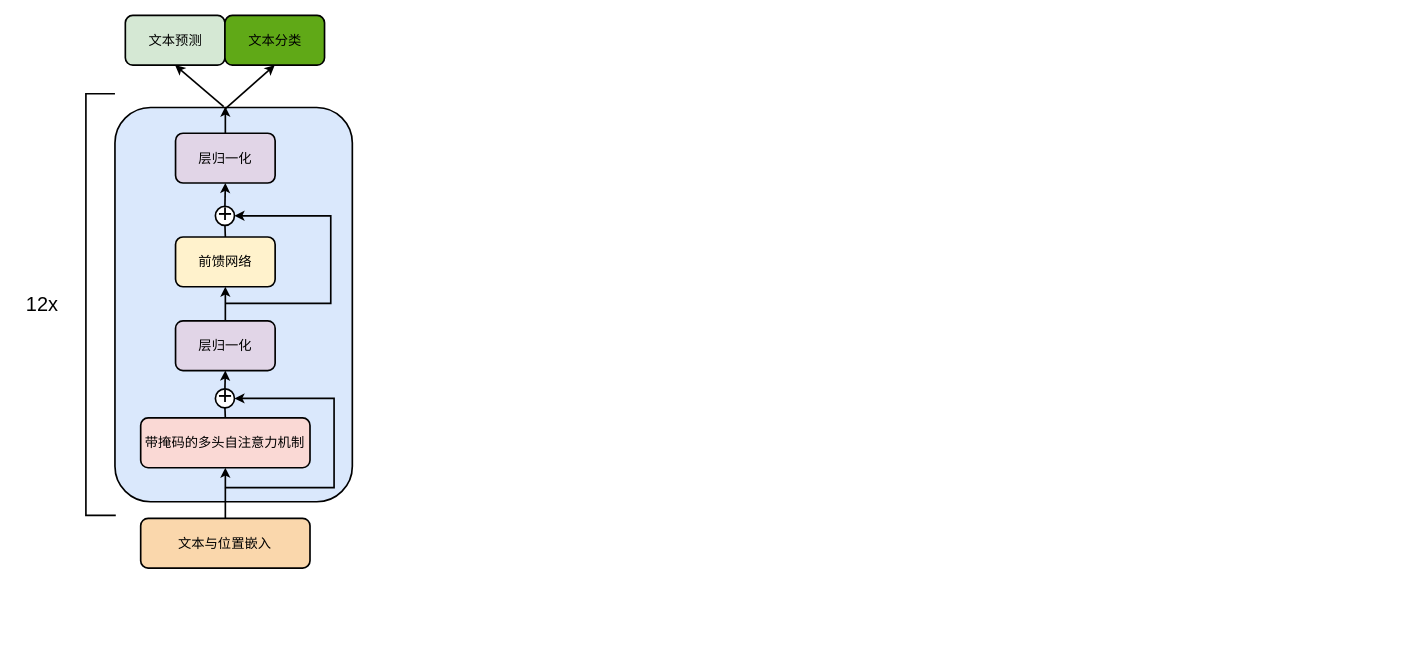
The draw.io diagram diagrams/gpt.drawio in real-jiakai/draw, before the edit. Source tidied: cells renumbered, new cells numbered last; positions are measured from the earlier drawing's top-left corner, leaving out a move shared by most shapes. Both pictures are drawn from the tidied source at 83%, with x=0, y=0 at pixel (14, 15).
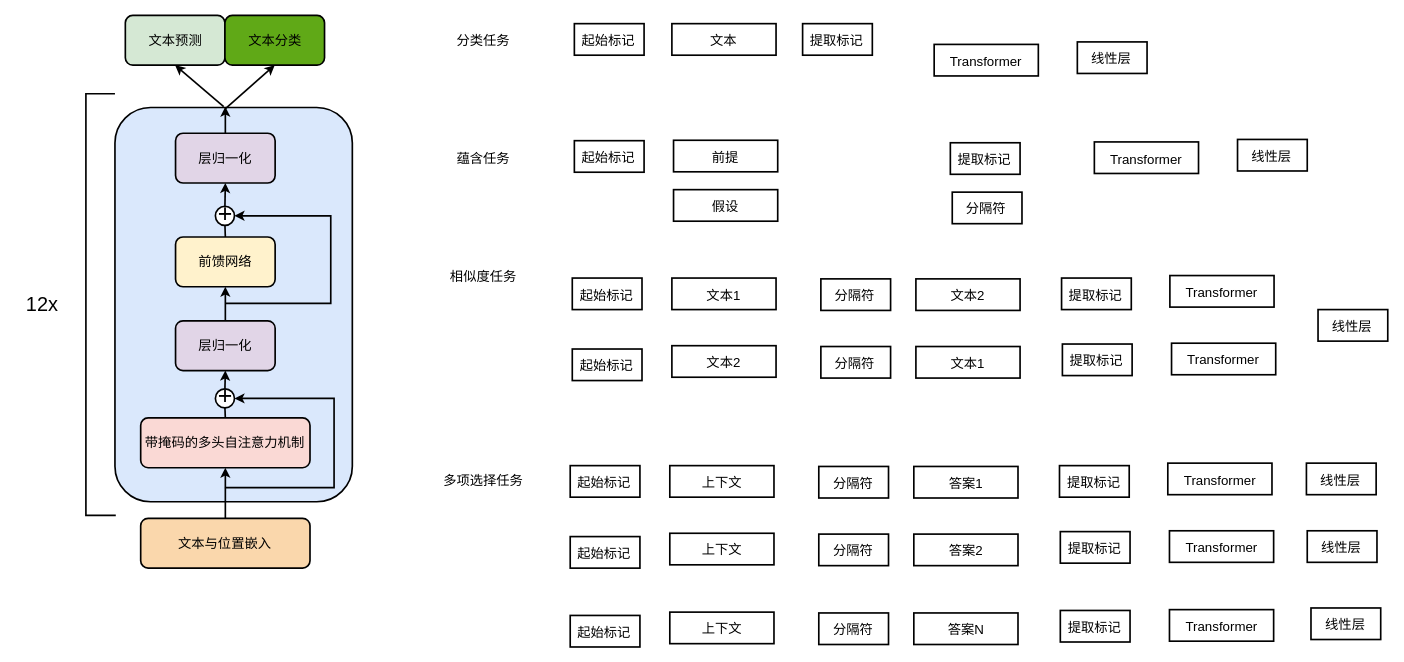
The same page after the edit.

The edit, as a diff of the source:
```diff
@@
+    <mxCell id="34" value="&lt;font style=&quot;font-size: 16px;&quot;&gt;分类任务&lt;/font&gt;" style="text;html=1;align=center;verticalAlign=middle;whiteSpace=wrap;rounded=0;" parent="1" vertex="1">
+      <mxGeometry x="506" y="15" width="118" height="30" as="geometry" />
+    </mxCell>
+    <mxCell id="35" value="&lt;span style=&quot;font-size: 16px;&quot;&gt;蕴含任务&lt;/span&gt;" style="text;html=1;align=center;verticalAlign=middle;whiteSpace=wrap;rounded=0;" parent="1" vertex="1">
+      <mxGeometry x="506" y="157" width="118" height="30" as="geometry" />
+    </mxCell>
+    <mxCell id="36" value="&lt;span style=&quot;font-size: 16px;&quot;&gt;相似度任务&lt;/span&gt;" style="text;html=1;align=center;verticalAlign=middle;whiteSpace=wrap;rounded=0;" parent="1" vertex="1">
+      <mxGeometry x="506" y="299" width="118" height="30" as="geometry" />
+    </mxCell>
+    <mxCell id="37" value="&lt;span style=&quot;font-size: 16px;&quot;&gt;多项选择任务&lt;/span&gt;" style="text;html=1;align=center;verticalAlign=middle;whiteSpace=wrap;rounded=0;" parent="1" vertex="1">
+      <mxGeometry x="506" y="545" width="118" height="30" as="geometry" />
+    </mxCell>
+    <mxCell id="38" style="rounded=0;whiteSpace=wrap;html=1;strokeWidth=2;" parent="1" vertex="1">
+      <mxGeometry x="674.5" y="10" width="84" height="38" as="geometry" />
+    </mxCell>
+    <mxCell id="39" value="&lt;font style=&quot;font-size: 16px;&quot;&gt;起始标记&lt;/font&gt;" style="text;html=1;align=center;verticalAlign=middle;whiteSpace=wrap;rounded=0;" parent="1" vertex="1">
+      <mxGeometry x="670" y="15" width="91" height="30" as="geometry" />
+    </mxCell>
+    <mxCell id="40" style="rounded=0;whiteSpace=wrap;html=1;strokeWidth=2;" parent="1" vertex="1">
+      <mxGeometry x="792" y="10" width="125.5" height="38" as="geometry" />
+    </mxCell>
+    <mxCell id="41" value="&lt;span style=&quot;font-size: 16px;&quot;&gt;文本&lt;/span&gt;" style="text;html=1;align=center;verticalAlign=middle;whiteSpace=wrap;rounded=0;" parent="1" vertex="1">
+      <mxGeometry x="809.2" y="15" width="91" height="30" as="geometry" />
+    </mxCell>
+    <mxCell id="42" style="rounded=0;whiteSpace=wrap;html=1;strokeWidth=2;" parent="1" vertex="1">
+      <mxGeometry x="949.5" y="10" width="84" height="38" as="geometry" />
+    </mxCell>
+    <mxCell id="43" value="&lt;span style=&quot;font-size: 16px;&quot;&gt;提取标记&lt;/span&gt;" style="text;html=1;align=center;verticalAlign=middle;whiteSpace=wrap;rounded=0;" parent="1" vertex="1">
+      <mxGeometry x="945" y="15" width="91" height="30" as="geometry" />
+    </mxCell>
+    <mxCell id="44" style="rounded=0;whiteSpace=wrap;html=1;strokeWidth=2;" parent="1" vertex="1">
+      <mxGeometry x="1108" y="35" width="125.5" height="38" as="geometry" />
+    </mxCell>
+    <mxCell id="45" value="&lt;span style=&quot;font-size: 16px;&quot;&gt;Transformer&lt;/span&gt;" style="text;html=1;align=center;verticalAlign=middle;whiteSpace=wrap;rounded=0;" parent="1" vertex="1">
+      <mxGeometry x="1125.2" y="40" width="91" height="30" as="geometry" />
+    </mxCell>
+    <mxCell id="46" style="rounded=0;whiteSpace=wrap;html=1;strokeWidth=2;" parent="1" vertex="1">
+      <mxGeometry x="1280.5" y="32" width="84" height="38" as="geometry" />
+    </mxCell>
+    <mxCell id="47" value="&lt;span style=&quot;font-size: 16px;&quot;&gt;线性层&lt;/span&gt;" style="text;html=1;align=center;verticalAlign=middle;whiteSpace=wrap;rounded=0;" parent="1" vertex="1">
+      <mxGeometry x="1276" y="37" width="91" height="30" as="geometry" />
+    </mxCell>
+    <mxCell id="48" style="rounded=0;whiteSpace=wrap;html=1;strokeWidth=2;" parent="1" vertex="1">
+      <mxGeometry x="674.5" y="151" width="84" height="38" as="geometry" />
+    </mxCell>
+    <mxCell id="49" value="&lt;font style=&quot;font-size: 16px;&quot;&gt;起始标记&lt;/font&gt;" style="text;html=1;align=center;verticalAlign=middle;whiteSpace=wrap;rounded=0;" parent="1" vertex="1">
+      <mxGeometry x="670" y="156" width="91" height="30" as="geometry" />
+    </mxCell>
+    <mxCell id="50" style="rounded=0;whiteSpace=wrap;html=1;strokeWidth=2;" parent="1" vertex="1">
+      <mxGeometry x="1127.5" y="153.5" width="84" height="38" as="geometry" />
+    </mxCell>
+    <mxCell id="51" value="&lt;span style=&quot;font-size: 16px;&quot;&gt;提取标记&lt;/span&gt;" style="text;html=1;align=center;verticalAlign=middle;whiteSpace=wrap;rounded=0;" parent="1" vertex="1">
+      <mxGeometry x="1123" y="158.5" width="91" height="30" as="geometry" />
+    </mxCell>
+    <mxCell id="52" style="rounded=0;whiteSpace=wrap;html=1;strokeWidth=2;" parent="1" vertex="1">
+      <mxGeometry x="1301" y="152.5" width="125.5" height="38" as="geometry" />
+    </mxCell>
+    <mxCell id="53" value="&lt;span style=&quot;font-size: 16px;&quot;&gt;Transformer&lt;/span&gt;" style="text;html=1;align=center;verticalAlign=middle;whiteSpace=wrap;rounded=0;" parent="1" vertex="1">
+      <mxGeometry x="1318.2" y="157.5" width="91" height="30" as="geometry" />
+    </mxCell>
+    <mxCell id="54" style="rounded=0;whiteSpace=wrap;html=1;strokeWidth=2;" parent="1" vertex="1">
+      <mxGeometry x="1473.5" y="149.5" width="84" height="38" as="geometry" />
+    </mxCell>
+    <mxCell id="55" value="&lt;span style=&quot;font-size: 16px;&quot;&gt;线性层&lt;/span&gt;" style="text;html=1;align=center;verticalAlign=middle;whiteSpace=wrap;rounded=0;" parent="1" vertex="1">
+      <mxGeometry x="1469" y="154.5" width="91" height="30" as="geometry" />
+    </mxCell>
+    <mxCell id="56" style="rounded=0;whiteSpace=wrap;html=1;strokeWidth=2;" parent="1" vertex="1">
+      <mxGeometry x="794" y="150.5" width="125.5" height="38" as="geometry" />
+    </mxCell>
+    <mxCell id="57" value="&lt;span style=&quot;font-size: 16px;&quot;&gt;前提&lt;/span&gt;" style="text;html=1;align=center;verticalAlign=middle;whiteSpace=wrap;rounded=0;" parent="1" vertex="1">
+      <mxGeometry x="811.2" y="155.5" width="91" height="30" as="geometry" />
+    </mxCell>
+    <mxCell id="58" style="rounded=0;whiteSpace=wrap;html=1;strokeWidth=2;" parent="1" vertex="1">
+      <mxGeometry x="794" y="210" width="125.5" height="38" as="geometry" />
+    </mxCell>
+    <mxCell id="59" value="&lt;span style=&quot;font-size: 16px;&quot;&gt;假设&lt;/span&gt;" style="text;html=1;align=center;verticalAlign=middle;whiteSpace=wrap;rounded=0;" parent="1" vertex="1">
+      <mxGeometry x="811.2" y="215" width="91" height="30" as="geometry" />
+    </mxCell>
+    <mxCell id="60" style="rounded=0;whiteSpace=wrap;html=1;strokeWidth=2;" parent="1" vertex="1">
+      <mxGeometry x="1129.8" y="213" width="84" height="38" as="geometry" />
+    </mxCell>
+    <mxCell id="61" value="&lt;span style=&quot;font-size: 16px;&quot;&gt;分隔符&lt;/span&gt;" style="text;html=1;align=center;verticalAlign=middle;whiteSpace=wrap;rounded=0;" parent="1" vertex="1">
+      <mxGeometry x="1125.2" y="218" width="91" height="30" as="geometry" />
+    </mxCell>
+    <mxCell id="62" style="rounded=0;whiteSpace=wrap;html=1;strokeWidth=2;" parent="1" vertex="1">
+      <mxGeometry x="672" y="316.5" width="84" height="38" as="geometry" />
+    </mxCell>
+    <mxCell id="63" value="&lt;font style=&quot;font-size: 16px;&quot;&gt;起始标记&lt;/font&gt;" style="text;html=1;align=center;verticalAlign=middle;whiteSpace=wrap;rounded=0;" parent="1" vertex="1">
+      <mxGeometry x="667.5" y="321.5" width="91" height="30" as="geometry" />
+    </mxCell>
+    <mxCell id="64" style="rounded=0;whiteSpace=wrap;html=1;strokeWidth=2;" parent="1" vertex="1">
+      <mxGeometry x="672" y="402" width="84" height="38" as="geometry" />
+    </mxCell>
+    <mxCell id="65" value="&lt;font style=&quot;font-size: 16px;&quot;&gt;起始标记&lt;/font&gt;" style="text;html=1;align=center;verticalAlign=middle;whiteSpace=wrap;rounded=0;" parent="1" vertex="1">
+      <mxGeometry x="667.5" y="407" width="91" height="30" as="geometry" />
+    </mxCell>
+    <mxCell id="66" style="rounded=0;whiteSpace=wrap;html=1;strokeWidth=2;" parent="1" vertex="1">
+      <mxGeometry x="792" y="316.5" width="125.5" height="38" as="geometry" />
+    </mxCell>
+    <mxCell id="67" value="&lt;span style=&quot;font-size: 16px;&quot;&gt;文本1&lt;/span&gt;" style="text;html=1;align=center;verticalAlign=middle;whiteSpace=wrap;rounded=0;" parent="1" vertex="1">
+      <mxGeometry x="809.2" y="321.5" width="91" height="30" as="geometry" />
+    </mxCell>
+    <mxCell id="68" style="rounded=0;whiteSpace=wrap;html=1;strokeWidth=2;" parent="1" vertex="1">
+      <mxGeometry x="971.5" y="317.5" width="84" height="38" as="geometry" />
+    </mxCell>
+    <mxCell id="69" value="&lt;span style=&quot;font-size: 16px;&quot;&gt;分隔符&lt;/span&gt;" style="text;html=1;align=center;verticalAlign=middle;whiteSpace=wrap;rounded=0;" parent="1" vertex="1">
+      <mxGeometry x="967" y="322.5" width="91" height="30" as="geometry" />
+    </mxCell>
+    <mxCell id="70" style="rounded=0;whiteSpace=wrap;html=1;strokeWidth=2;" parent="1" vertex="1">
+      <mxGeometry x="1086" y="317.5" width="125.5" height="38" as="geometry" />
+    </mxCell>
+    <mxCell id="71" value="&lt;span style=&quot;font-size: 16px;&quot;&gt;文本2&lt;/span&gt;" style="text;html=1;align=center;verticalAlign=middle;whiteSpace=wrap;rounded=0;" parent="1" vertex="1">
+      <mxGeometry x="1103.2" y="322.5" width="91" height="30" as="geometry" />
+    </mxCell>
+    <mxCell id="72" style="rounded=0;whiteSpace=wrap;html=1;strokeWidth=2;" parent="1" vertex="1">
+      <mxGeometry x="792" y="398" width="125.5" height="38" as="geometry" />
+    </mxCell>
+    <mxCell id="73" value="&lt;span style=&quot;font-size: 16px;&quot;&gt;文本2&lt;/span&gt;" style="text;html=1;align=center;verticalAlign=middle;whiteSpace=wrap;rounded=0;" parent="1" vertex="1">
+      <mxGeometry x="809.2" y="403" width="91" height="30" as="geometry" />
+    </mxCell>
+    <mxCell id="74" style="rounded=0;whiteSpace=wrap;html=1;strokeWidth=2;" parent="1" vertex="1">
+      <mxGeometry x="971.5" y="399" width="84" height="38" as="geometry" />
+    </mxCell>
+    <mxCell id="75" value="&lt;span style=&quot;font-size: 16px;&quot;&gt;分隔符&lt;/span&gt;" style="text;html=1;align=center;verticalAlign=middle;whiteSpace=wrap;rounded=0;" parent="1" vertex="1">
+      <mxGeometry x="967" y="404" width="91" height="30" as="geometry" />
+    </mxCell>
+    <mxCell id="76" style="rounded=0;whiteSpace=wrap;html=1;strokeWidth=2;" parent="1" vertex="1">
+      <mxGeometry x="1086" y="399" width="125.5" height="38" as="geometry" />
+    </mxCell>
+    <mxCell id="77" value="&lt;span style=&quot;font-size: 16px;&quot;&gt;文本1&lt;/span&gt;" style="text;html=1;align=center;verticalAlign=middle;whiteSpace=wrap;rounded=0;" parent="1" vertex="1">
+      <mxGeometry x="1103.2" y="404" width="91" height="30" as="geometry" />
+    </mxCell>
+    <mxCell id="78" style="rounded=0;whiteSpace=wrap;html=1;strokeWidth=2;" parent="1" vertex="1">
+      <mxGeometry x="1261.5" y="316.5" width="84" height="38" as="geometry" />
+    </mxCell>
+    <mxCell id="79" value="&lt;span style=&quot;font-size: 16px;&quot;&gt;提取标记&lt;/span&gt;" style="text;html=1;align=center;verticalAlign=middle;whiteSpace=wrap;rounded=0;" parent="1" vertex="1">
+      <mxGeometry x="1257" y="321.5" width="91" height="30" as="geometry" />
+    </mxCell>
+    <mxCell id="80" style="rounded=0;whiteSpace=wrap;html=1;strokeWidth=2;" parent="1" vertex="1">
+      <mxGeometry x="1262.5" y="396" width="84" height="38" as="geometry" />
+    </mxCell>
+    <mxCell id="81" value="&lt;span style=&quot;font-size: 16px;&quot;&gt;提取标记&lt;/span&gt;" style="text;html=1;align=center;verticalAlign=middle;whiteSpace=wrap;rounded=0;" parent="1" vertex="1">
+      <mxGeometry x="1258" y="401" width="91" height="30" as="geometry" />
+    </mxCell>
+    <mxCell id="82" style="rounded=0;whiteSpace=wrap;html=1;strokeWidth=2;" parent="1" vertex="1">
+      <mxGeometry x="1392" y="313.5" width="125.5" height="38" as="geometry" />
+    </mxCell>
+    <mxCell id="83" value="&lt;span style=&quot;font-size: 16px;&quot;&gt;Transformer&lt;/span&gt;" style="text;html=1;align=center;verticalAlign=middle;whiteSpace=wrap;rounded=0;" parent="1" vertex="1">
+      <mxGeometry x="1409.2" y="318.5" width="91" height="30" as="geometry" />
+    </mxCell>
+    <mxCell id="84" style="rounded=0;whiteSpace=wrap;html=1;strokeWidth=2;" parent="1" vertex="1">
+      <mxGeometry x="1394" y="395" width="125.5" height="38" as="geometry" />
+    </mxCell>
+    <mxCell id="85" value="&lt;span style=&quot;font-size: 16px;&quot;&gt;Transformer&lt;/span&gt;" style="text;html=1;align=center;verticalAlign=middle;whiteSpace=wrap;rounded=0;" parent="1" vertex="1">
+      <mxGeometry x="1411.2" y="400" width="91" height="30" as="geometry" />
+    </mxCell>
+    <mxCell id="86" style="rounded=0;whiteSpace=wrap;html=1;strokeWidth=2;" parent="1" vertex="1">
+      <mxGeometry x="1570.5" y="354.5" width="84" height="38" as="geometry" />
+    </mxCell>
+    <mxCell id="87" value="&lt;span style=&quot;font-size: 16px;&quot;&gt;线性层&lt;/span&gt;" style="text;html=1;align=center;verticalAlign=middle;whiteSpace=wrap;rounded=0;" parent="1" vertex="1">
+      <mxGeometry x="1566" y="359.5" width="91" height="30" as="geometry" />
+    </mxCell>
+    <mxCell id="88" style="rounded=0;whiteSpace=wrap;html=1;strokeWidth=2;" parent="1" vertex="1">
+      <mxGeometry x="669.5" y="542.5" width="84" height="38" as="geometry" />
+    </mxCell>
+    <mxCell id="89" value="&lt;font style=&quot;font-size: 16px;&quot;&gt;起始标记&lt;/font&gt;" style="text;html=1;align=center;verticalAlign=middle;whiteSpace=wrap;rounded=0;" parent="1" vertex="1">
+      <mxGeometry x="665" y="547.5" width="91" height="30" as="geometry" />
+    </mxCell>
+    <mxCell id="90" style="rounded=0;whiteSpace=wrap;html=1;strokeWidth=2;" parent="1" vertex="1">
+      <mxGeometry x="669.5" y="628" width="84" height="38" as="geometry" />
+    </mxCell>
+    <mxCell id="91" value="&lt;font style=&quot;font-size: 16px;&quot;&gt;起始标记&lt;/font&gt;" style="text;html=1;align=center;verticalAlign=middle;whiteSpace=wrap;rounded=0;" parent="1" vertex="1">
+      <mxGeometry x="665" y="633" width="91" height="30" as="geometry" />
+    </mxCell>
+    <mxCell id="92" style="rounded=0;whiteSpace=wrap;html=1;strokeWidth=2;" parent="1" vertex="1">
+      <mxGeometry x="789.5" y="542.5" width="125.5" height="38" as="geometry" />
+    </mxCell>
+    <mxCell id="93" value="&lt;span style=&quot;font-size: 16px;&quot;&gt;上下文&lt;/span&gt;" style="text;html=1;align=center;verticalAlign=middle;whiteSpace=wrap;rounded=0;" parent="1" vertex="1">
+      <mxGeometry x="806.8" y="547.5" width="91" height="30" as="geometry" />
+    </mxCell>
+    <mxCell id="94" style="rounded=0;whiteSpace=wrap;html=1;strokeWidth=2;" parent="1" vertex="1">
+      <mxGeometry x="969" y="543.5" width="84" height="38" as="geometry" />
+    </mxCell>
+    <mxCell id="95" value="&lt;span style=&quot;font-size: 16px;&quot;&gt;分隔符&lt;/span&gt;" style="text;html=1;align=center;verticalAlign=middle;whiteSpace=wrap;rounded=0;" parent="1" vertex="1">
+      <mxGeometry x="964.5" y="548.5" width="91" height="30" as="geometry" />
+    </mxCell>
+    <mxCell id="96" style="rounded=0;whiteSpace=wrap;html=1;strokeWidth=2;" parent="1" vertex="1">
+      <mxGeometry x="1083.5" y="543.5" width="125.5" height="38" as="geometry" />
+    </mxCell>
+    <mxCell id="97" value="&lt;span style=&quot;font-size: 16px;&quot;&gt;答案1&lt;/span&gt;" style="text;html=1;align=center;verticalAlign=middle;whiteSpace=wrap;rounded=0;" parent="1" vertex="1">
+      <mxGeometry x="1100.8" y="548.5" width="91" height="30" as="geometry" />
+    </mxCell>
+    <mxCell id="98" style="rounded=0;whiteSpace=wrap;html=1;strokeWidth=2;" parent="1" vertex="1">
+      <mxGeometry x="789.5" y="624" width="125.5" height="38" as="geometry" />
+    </mxCell>
+    <mxCell id="99" value="&lt;span style=&quot;font-size: 16px;&quot;&gt;上下文&lt;/span&gt;" style="text;html=1;align=center;verticalAlign=middle;whiteSpace=wrap;rounded=0;" parent="1" vertex="1">
+      <mxGeometry x="806.8" y="629" width="91" height="30" as="geometry" />
+    </mxCell>
+    <mxCell id="100" style="rounded=0;whiteSpace=wrap;html=1;strokeWidth=2;" parent="1" vertex="1">
+      <mxGeometry x="969" y="625" width="84" height="38" as="geometry" />
+    </mxCell>
+    <mxCell id="101" value="&lt;span style=&quot;font-size: 16px;&quot;&gt;分隔符&lt;/span&gt;" style="text;html=1;align=center;verticalAlign=middle;whiteSpace=wrap;rounded=0;" parent="1" vertex="1">
+      <mxGeometry x="964.5" y="630" width="91" height="30" as="geometry" />
+    </mxCell>
+    <mxCell id="102" style="rounded=0;whiteSpace=wrap;html=1;strokeWidth=2;" parent="1" vertex="1">
+      <mxGeometry x="1083.5" y="625" width="125.5" height="38" as="geometry" />
+    </mxCell>
+    <mxCell id="103" value="&lt;span style=&quot;font-size: 16px;&quot;&gt;答案2&lt;/span&gt;" style="text;html=1;align=center;verticalAlign=middle;whiteSpace=wrap;rounded=0;" parent="1" vertex="1">
+      <mxGeometry x="1100.8" y="630" width="91" height="30" as="geometry" />
+    </mxCell>
+    <mxCell id="104" style="rounded=0;whiteSpace=wrap;html=1;strokeWidth=2;" parent="1" vertex="1">
+      <mxGeometry x="1259" y="542.5" width="84" height="38" as="geometry" />
+    </mxCell>
+    <mxCell id="105" value="&lt;span style=&quot;font-size: 16px;&quot;&gt;提取标记&lt;/span&gt;" style="text;html=1;align=center;verticalAlign=middle;whiteSpace=wrap;rounded=0;" parent="1" vertex="1">
+      <mxGeometry x="1254.5" y="547.5" width="91" height="30" as="geometry" />
+    </mxCell>
+    <mxCell id="106" style="rounded=0;whiteSpace=wrap;html=1;strokeWidth=2;" parent="1" vertex="1">
+      <mxGeometry x="1260" y="622" width="84" height="38" as="geometry" />
+    </mxCell>
+    <mxCell id="107" value="&lt;span style=&quot;font-size: 16px;&quot;&gt;提取标记&lt;/span&gt;" style="text;html=1;align=center;verticalAlign=middle;whiteSpace=wrap;rounded=0;" parent="1" vertex="1">
+      <mxGeometry x="1255.5" y="627" width="91" height="30" as="geometry" />
+    </mxCell>
+    <mxCell id="108" style="rounded=0;whiteSpace=wrap;html=1;strokeWidth=2;" parent="1" vertex="1">
+      <mxGeometry x="1389.5" y="539.5" width="125.5" height="38" as="geometry" />
+    </mxCell>
+    <mxCell id="109" value="&lt;span style=&quot;font-size: 16px;&quot;&gt;Transformer&lt;/span&gt;" style="text;html=1;align=center;verticalAlign=middle;whiteSpace=wrap;rounded=0;" parent="1" vertex="1">
+      <mxGeometry x="1406.8" y="544.5" width="91" height="30" as="geometry" />
+    </mxCell>
+    <mxCell id="110" style="rounded=0;whiteSpace=wrap;html=1;strokeWidth=2;" parent="1" vertex="1">
+      <mxGeometry x="1391.5" y="621" width="125.5" height="38" as="geometry" />
+    </mxCell>
+    <mxCell id="111" value="&lt;span style=&quot;font-size: 16px;&quot;&gt;Transformer&lt;/span&gt;" style="text;html=1;align=center;verticalAlign=middle;whiteSpace=wrap;rounded=0;" parent="1" vertex="1">
+      <mxGeometry x="1408.8" y="626" width="91" height="30" as="geometry" />
+    </mxCell>
+    <mxCell id="112" style="rounded=0;whiteSpace=wrap;html=1;strokeWidth=2;" parent="1" vertex="1">
+      <mxGeometry x="1557.5" y="621" width="84" height="38" as="geometry" />
+    </mxCell>
+    <mxCell id="113" value="&lt;span style=&quot;font-size: 16px;&quot;&gt;线性层&lt;/span&gt;" style="text;html=1;align=center;verticalAlign=middle;whiteSpace=wrap;rounded=0;" parent="1" vertex="1">
+      <mxGeometry x="1553" y="626" width="91" height="30" as="geometry" />
+    </mxCell>
+    <mxCell id="114" style="rounded=0;whiteSpace=wrap;html=1;strokeWidth=2;" parent="1" vertex="1">
+      <mxGeometry x="669.5" y="723" width="84" height="38" as="geometry" />
+    </mxCell>
+    <mxCell id="115" value="&lt;font style=&quot;font-size: 16px;&quot;&gt;起始标记&lt;/font&gt;" style="text;html=1;align=center;verticalAlign=middle;whiteSpace=wrap;rounded=0;" parent="1" vertex="1">
+      <mxGeometry x="665" y="728" width="91" height="30" as="geometry" />
+    </mxCell>
+    <mxCell id="116" style="rounded=0;whiteSpace=wrap;html=1;strokeWidth=2;" parent="1" vertex="1">
+      <mxGeometry x="789.5" y="719" width="125.5" height="38" as="geometry" />
+    </mxCell>
+    <mxCell id="117" value="&lt;span style=&quot;font-size: 16px;&quot;&gt;上下文&lt;/span&gt;" style="text;html=1;align=center;verticalAlign=middle;whiteSpace=wrap;rounded=0;" parent="1" vertex="1">
+      <mxGeometry x="806.8" y="724" width="91" height="30" as="geometry" />
+    </mxCell>
+    <mxCell id="118" style="rounded=0;whiteSpace=wrap;html=1;strokeWidth=2;" parent="1" vertex="1">
+      <mxGeometry x="969" y="720" width="84" height="38" as="geometry" />
+    </mxCell>
+    <mxCell id="119" value="&lt;span style=&quot;font-size: 16px;&quot;&gt;分隔符&lt;/span&gt;" style="text;html=1;align=center;verticalAlign=middle;whiteSpace=wrap;rounded=0;" parent="1" vertex="1">
+      <mxGeometry x="964.5" y="725" width="91" height="30" as="geometry" />
+    </mxCell>
+    <mxCell id="120" style="rounded=0;whiteSpace=wrap;html=1;strokeWidth=2;" parent="1" vertex="1">
+      <mxGeometry x="1083.5" y="720" width="125.5" height="38" as="geometry" />
+    </mxCell>
+    <mxCell id="121" value="&lt;span style=&quot;font-size: 16px;&quot;&gt;答案N&lt;/span&gt;" style="text;html=1;align=center;verticalAlign=middle;whiteSpace=wrap;rounded=0;" parent="1" vertex="1">
+      <mxGeometry x="1100.8" y="725" width="91" height="30" as="geometry" />
+    </mxCell>
+    <mxCell id="122" style="rounded=0;whiteSpace=wrap;html=1;strokeWidth=2;" parent="1" vertex="1">
+      <mxGeometry x="1260" y="717" width="84" height="38" as="geometry" />
+    </mxCell>
+    <mxCell id="123" value="&lt;span style=&quot;font-size: 16px;&quot;&gt;提取标记&lt;/span&gt;" style="text;html=1;align=center;verticalAlign=middle;whiteSpace=wrap;rounded=0;" parent="1" vertex="1">
+      <mxGeometry x="1255.5" y="722" width="91" height="30" as="geometry" />
+    </mxCell>
+    <mxCell id="124" style="rounded=0;whiteSpace=wrap;html=1;strokeWidth=2;" parent="1" vertex="1">
+      <mxGeometry x="1391.5" y="716" width="125.5" height="38" as="geometry" />
+    </mxCell>
+    <mxCell id="125" value="&lt;span style=&quot;font-size: 16px;&quot;&gt;Transformer&lt;/span&gt;" style="text;html=1;align=center;verticalAlign=middle;whiteSpace=wrap;rounded=0;" parent="1" vertex="1">
+      <mxGeometry x="1408.8" y="721" width="91" height="30" as="geometry" />
+    </mxCell>
+    <mxCell id="126" style="rounded=0;whiteSpace=wrap;html=1;strokeWidth=2;" parent="1" vertex="1">
+      <mxGeometry x="1556.5" y="539.5" width="84" height="38" as="geometry" />
+    </mxCell>
+    <mxCell id="127" value="&lt;span style=&quot;font-size: 16px;&quot;&gt;线性层&lt;/span&gt;" style="text;html=1;align=center;verticalAlign=middle;whiteSpace=wrap;rounded=0;" parent="1" vertex="1">
+      <mxGeometry x="1552" y="544.5" width="91" height="30" as="geometry" />
+    </mxCell>
+    <mxCell id="128" style="rounded=0;whiteSpace=wrap;html=1;strokeWidth=2;" parent="1" vertex="1">
+      <mxGeometry x="1562" y="714" width="84" height="38" as="geometry" />
+    </mxCell>
+    <mxCell id="129" value="&lt;span style=&quot;font-size: 16px;&quot;&gt;线性层&lt;/span&gt;" style="text;html=1;align=center;verticalAlign=middle;whiteSpace=wrap;rounded=0;" parent="1" vertex="1">
+      <mxGeometry x="1557.5" y="719" width="91" height="30" as="geometry" />
+    </mxCell>
```
